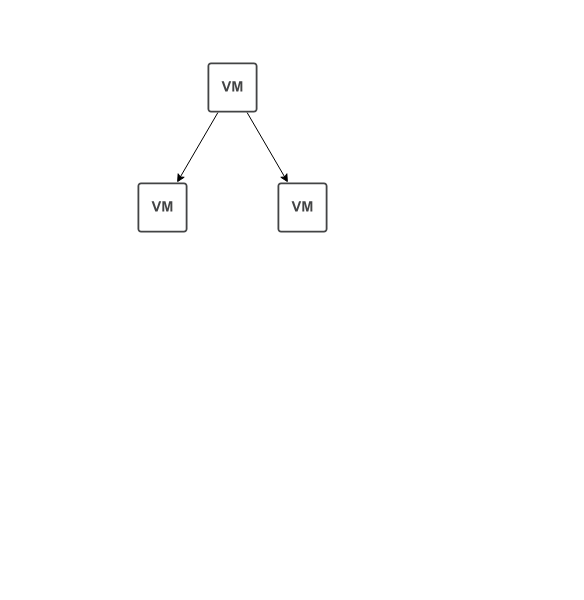
This is 虚拟机拓扑架构.drawio from lrAltas/DrwaIO, a draw.io file, before an edit. Source tidied: cells renumbered, new cells numbered last; positions are measured from the earlier drawing's top-left corner, leaving out a move shared by most shapes. Both pictures are drawn from the tidied source at 100%, with x=0, y=0 at pixel (137, 62).
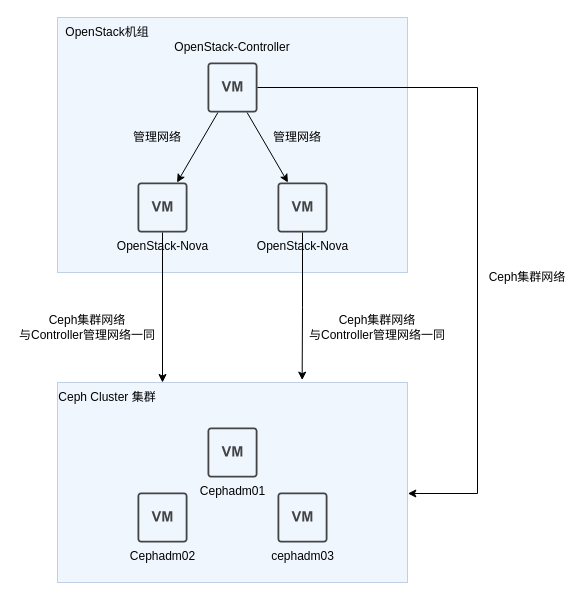
Above is the later version.

Commit message (it also covers changes not shown here):
更新虚拟机拓扑架构.drawio

The change refers to these unchanged cells:
```xml
<mxCell id="4" style="sketch=0;shadow=0;dashed=0;html=1;strokeColor=none;fillColor=#434445;labelPosition=center;verticalLabelPosition=bottom;verticalAlign=top;align=center;outlineConnect=0;shape=mxgraph.vvd.virtual_machine;" parent="1" vertex="1">
  <mxGeometry x="70" width="50" height="50" as="geometry" />
</mxCell>
```

What changed in the source:
```diff
@@
+    <mxCell id="7" style="rounded=0;whiteSpace=wrap;html=1;fillColor=#dae8fc;strokeColor=#6c8ebf;opacity=40;" parent="1" vertex="1">
+      <mxGeometry x="-80" y="320" width="350" height="200" as="geometry" />
+    </mxCell>
+    <mxCell id="8" style="rounded=0;whiteSpace=wrap;html=1;opacity=40;fillColor=#dae8fc;strokeColor=#6c8ebf;" parent="1" vertex="1">
+      <mxGeometry x="-80" y="-45" width="350" height="255" as="geometry" />
+    </mxCell>
@@
-    <mxCell id="5" style="sketch=0;shadow=0;dashed=0;html=1;strokeColor=none;fillColor=#434445;labelPosition=center;verticalLabelPosition=bottom;verticalAlign=top;align=center;outlineConnect=0;shape=mxgraph.vvd.virtual_machine;" parent="1" vertex="1">
+    <mxCell id="5" value="OpenStack-Nova" style="sketch=0;shadow=0;dashed=0;html=1;strokeColor=none;fillColor=#434445;labelPosition=center;verticalLabelPosition=bottom;verticalAlign=top;align=center;outlineConnect=0;shape=mxgraph.vvd.virtual_machine;" parent="1" vertex="1">
       <mxGeometry y="120" width="50" height="50" as="geometry" />
     </mxCell>
-    <mxCell id="6" style="sketch=0;shadow=0;dashed=0;html=1;strokeColor=none;fillColor=#434445;labelPosition=center;verticalLabelPosition=bottom;verticalAlign=top;align=center;outlineConnect=0;shape=mxgraph.vvd.virtual_machine;" parent="1" vertex="1">
+    <mxCell id="6" value="OpenStack-Nova" style="sketch=0;shadow=0;dashed=0;html=1;strokeColor=none;fillColor=#434445;labelPosition=center;verticalLabelPosition=bottom;verticalAlign=top;align=center;outlineConnect=0;shape=mxgraph.vvd.virtual_machine;" parent="1" vertex="1">
       <mxGeometry x="140" y="120" width="50" height="50" as="geometry" />
     </mxCell>
+    <mxCell id="9" value="OpenStack-Controller" style="text;html=1;whiteSpace=wrap;strokeColor=none;fillColor=none;align=center;verticalAlign=middle;rounded=0;" parent="1" vertex="1">
+      <mxGeometry x="35" y="-30" width="120" height="30" as="geometry" />
+    </mxCell>
+    <mxCell id="10" value="OpenStack机组" style="text;html=1;whiteSpace=wrap;strokeColor=none;fillColor=none;align=center;verticalAlign=middle;rounded=0;" parent="1" vertex="1">
+      <mxGeometry x="-80" y="-45" width="100" height="30" as="geometry" />
+    </mxCell>
+    <mxCell id="11" value="Cephadm01" style="sketch=0;shadow=0;dashed=0;html=1;strokeColor=none;fillColor=#434445;labelPosition=center;verticalLabelPosition=bottom;verticalAlign=top;align=center;shape=mxgraph.vvd.virtual_machine;" parent="1" vertex="1">
+      <mxGeometry x="70" y="365" width="50" height="50" as="geometry" />
+    </mxCell>
+    <mxCell id="12" value="Cephadm02" style="sketch=0;shadow=0;dashed=0;html=1;strokeColor=none;fillColor=#434445;labelPosition=center;verticalLabelPosition=bottom;verticalAlign=top;align=center;shape=mxgraph.vvd.virtual_machine;" parent="1" vertex="1">
+      <mxGeometry y="430" width="50" height="50" as="geometry" />
+    </mxCell>
+    <mxCell id="13" value="cephadm03" style="sketch=0;shadow=0;dashed=0;html=1;strokeColor=none;fillColor=#434445;labelPosition=center;verticalLabelPosition=bottom;verticalAlign=top;align=center;shape=mxgraph.vvd.virtual_machine;" parent="1" vertex="1">
+      <mxGeometry x="140" y="430" width="50" height="50" as="geometry" />
+    </mxCell>
+    <mxCell id="14" value="Ceph Cluster 集群" style="text;html=1;whiteSpace=wrap;strokeColor=none;fillColor=none;align=center;verticalAlign=middle;rounded=0;" parent="1" vertex="1">
+      <mxGeometry x="-80" y="320" width="100" height="30" as="geometry" />
+    </mxCell>
+    <mxCell id="15" style="edgeStyle=orthogonalEdgeStyle;rounded=0;jettySize=auto;html=1;entryX=0.3;entryY=0;entryDx=0;entryDy=0;entryPerimeter=0;" parent="1" edge="1" source="5" target="7">
+      <mxGeometry relative="1" as="geometry" />
+    </mxCell>
+    <mxCell id="16" style="edgeStyle=orthogonalEdgeStyle;rounded=0;jettySize=auto;html=1;entryX=0.699;entryY=-0.012;entryDx=0;entryDy=0;entryPerimeter=0;" parent="1" edge="1" source="6" target="7">
+      <mxGeometry relative="1" as="geometry" />
+    </mxCell>
+    <mxCell id="17" value="&lt;div&gt;Ceph集群网络&lt;/div&gt;&lt;div&gt;与Controller管理网络一同&lt;/div&gt;" style="text;html=1;whiteSpace=wrap;strokeColor=none;fillColor=none;align=center;verticalAlign=middle;rounded=0;" parent="1" vertex="1">
+      <mxGeometry x="-120" y="250" width="140" height="30" as="geometry" />
+    </mxCell>
+    <mxCell id="18" value="Ceph集群网络" style="text;html=1;whiteSpace=wrap;strokeColor=none;fillColor=none;align=center;verticalAlign=middle;rounded=0;" parent="1" vertex="1">
+      <mxGeometry x="350" y="200" width="80" height="30" as="geometry" />
+    </mxCell>
+    <mxCell id="19" value="管理网络" style="text;html=1;whiteSpace=wrap;strokeColor=none;fillColor=none;align=center;verticalAlign=middle;rounded=0;" parent="1" vertex="1">
+      <mxGeometry x="130" y="60" width="60" height="30" as="geometry" />
+    </mxCell>
+    <mxCell id="20" value="管理网络" style="text;html=1;whiteSpace=wrap;strokeColor=none;fillColor=none;align=center;verticalAlign=middle;rounded=0;" parent="1" vertex="1">
+      <mxGeometry x="-10" y="60" width="60" height="30" as="geometry" />
+    </mxCell>
+    <mxCell id="21" style="edgeStyle=orthogonalEdgeStyle;rounded=0;jettySize=auto;html=1;entryX=1.001;entryY=0.555;entryDx=0;entryDy=0;entryPerimeter=0;" parent="1" edge="1" source="4" target="7">
+      <mxGeometry relative="1" as="geometry">
+        <Array as="points">
+          <mxPoint x="340" y="25" />
+          <mxPoint x="340" y="431" />
+        </Array>
+      </mxGeometry>
+    </mxCell>
+    <mxCell id="22" value="&lt;div&gt;Ceph集群网络&lt;/div&gt;&lt;div&gt;与Controller管理网络一同&lt;/div&gt;" style="text;html=1;whiteSpace=wrap;strokeColor=none;fillColor=none;align=center;verticalAlign=middle;rounded=0;" parent="1" vertex="1">
+      <mxGeometry x="170" y="250" width="140" height="30" as="geometry" />
+    </mxCell>
```
